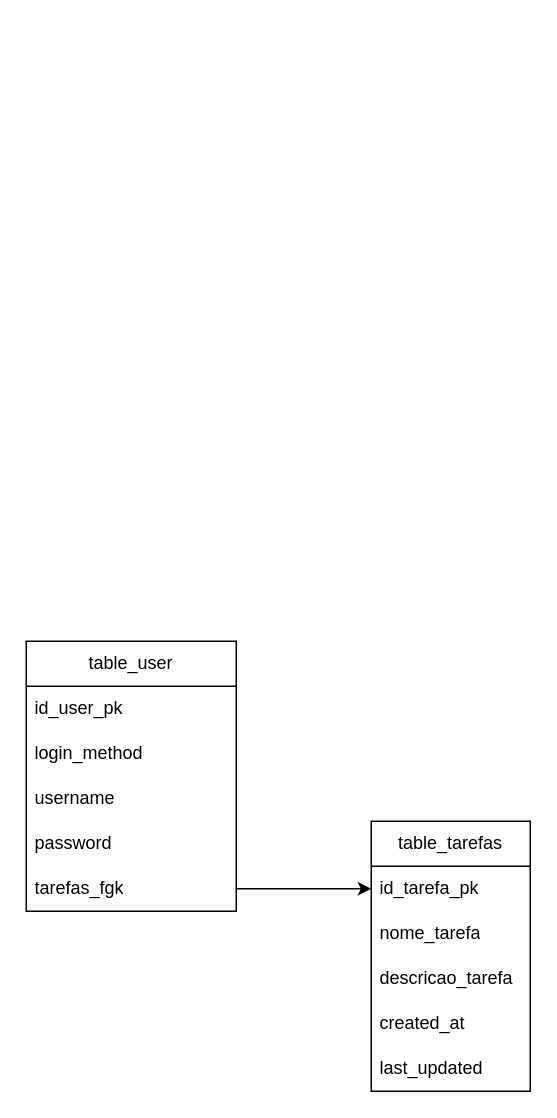
This is src/app/api/modelApi.drawio from QuintansC/my-platform, a draw.io file, before an edit. Source tidied: cells renumbered, new cells numbered last; positions are measured from the earlier drawing's top-left corner, leaving out a move shared by most shapes. Both pictures are drawn from the tidied source at 150%, with x=0, y=0 at pixel (26, 640).
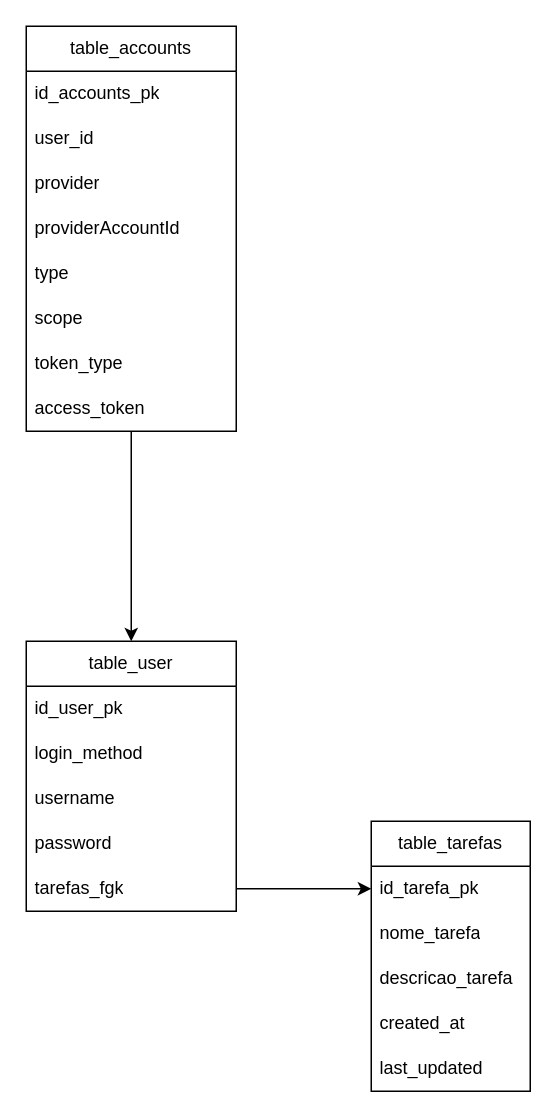
Above is the later version.

Commit message:
fix: model api io

The change refers to these unchanged cells:
```xml
<mxCell id="2" value="table_user&lt;br&gt;" style="swimlane;fontStyle=0;horizontal=1;startSize=30;whiteSpace=wrap;html=1;" parent="1" vertex="1">
  <mxGeometry width="140" height="180" as="geometry" />
</mxCell>
```

Diff of the diagram source:
```diff
@@
+    <mxCell id="15" style="edgeStyle=none;html=1;entryX=0.5;entryY=0;entryDx=0;entryDy=0;" parent="1" edge="1" source="16" target="2">
+      <mxGeometry relative="1" as="geometry" />
+    </mxCell>
+    <mxCell id="16" value="table_accounts" style="swimlane;fontStyle=0;horizontal=1;startSize=30;whiteSpace=wrap;html=1;" parent="1" vertex="1">
+      <mxGeometry y="-410" width="140" height="270" as="geometry" />
+    </mxCell>
+    <mxCell id="17" value="id_accounts_pk" style="text;strokeColor=none;fillColor=none;align=left;verticalAlign=middle;spacingLeft=4;spacingRight=4;overflow=hidden;whiteSpace=wrap;html=1;" parent="16" vertex="1">
+      <mxGeometry y="30" width="140" height="30" as="geometry" />
+    </mxCell>
+    <mxCell id="18" value="user_id" style="text;strokeColor=none;fillColor=none;align=left;verticalAlign=middle;spacingLeft=4;spacingRight=4;overflow=hidden;whiteSpace=wrap;html=1;" parent="16" vertex="1">
+      <mxGeometry y="60" width="140" height="30" as="geometry" />
+    </mxCell>
+    <mxCell id="19" value="provider" style="text;strokeColor=none;fillColor=none;align=left;verticalAlign=middle;spacingLeft=4;spacingRight=4;overflow=hidden;whiteSpace=wrap;html=1;" parent="16" vertex="1">
+      <mxGeometry y="90" width="140" height="30" as="geometry" />
+    </mxCell>
+    <mxCell id="20" value="providerAccountId" style="text;strokeColor=none;fillColor=none;align=left;verticalAlign=middle;spacingLeft=4;spacingRight=4;overflow=hidden;whiteSpace=wrap;html=1;" parent="16" vertex="1">
+      <mxGeometry y="120" width="140" height="30" as="geometry" />
+    </mxCell>
+    <mxCell id="21" value="type" style="text;strokeColor=none;fillColor=none;align=left;verticalAlign=middle;spacingLeft=4;spacingRight=4;overflow=hidden;whiteSpace=wrap;html=1;" parent="16" vertex="1">
+      <mxGeometry y="150" width="140" height="30" as="geometry" />
+    </mxCell>
+    <mxCell id="22" value="scope" style="text;strokeColor=none;fillColor=none;align=left;verticalAlign=middle;spacingLeft=4;spacingRight=4;overflow=hidden;whiteSpace=wrap;html=1;" parent="16" vertex="1">
+      <mxGeometry y="180" width="140" height="30" as="geometry" />
+    </mxCell>
+    <mxCell id="23" value="token_type" style="text;strokeColor=none;fillColor=none;align=left;verticalAlign=middle;spacingLeft=4;spacingRight=4;overflow=hidden;whiteSpace=wrap;html=1;" parent="16" vertex="1">
+      <mxGeometry y="210" width="140" height="30" as="geometry" />
+    </mxCell>
+    <mxCell id="24" value="access_token" style="text;strokeColor=none;fillColor=none;align=left;verticalAlign=middle;spacingLeft=4;spacingRight=4;overflow=hidden;whiteSpace=wrap;html=1;" parent="16" vertex="1">
+      <mxGeometry y="240" width="140" height="30" as="geometry" />
+    </mxCell>
```
